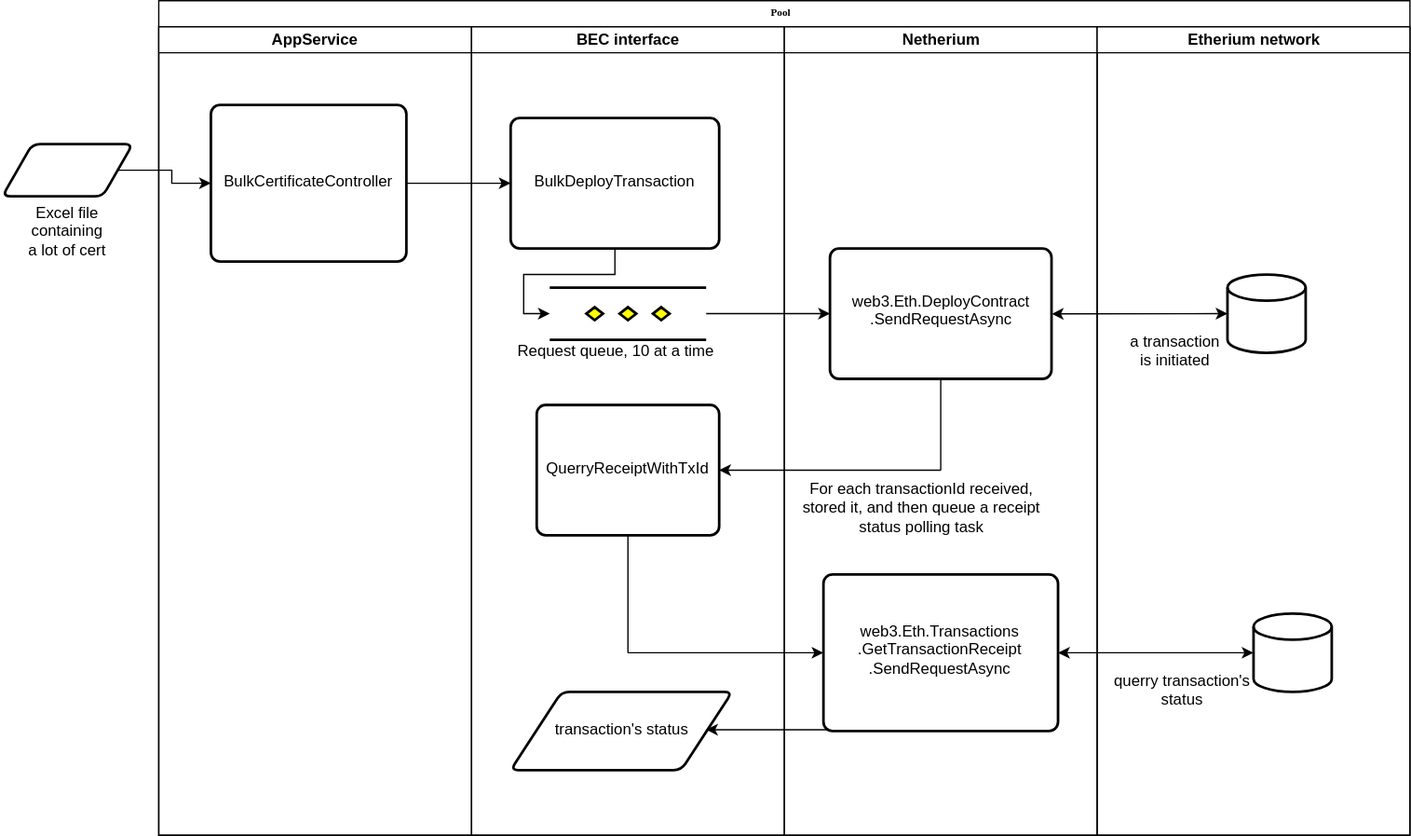
Earlier version of the draw.io export docs/flow.svg (Kahdeg-15520487/aspcore_async_deploy_smart_contract). Source tidied: cells renumbered, new cells last; positions are measured from the earlier drawing's top-left corner, leaving out a move shared by most shapes. Source of this version:
```xml
<mxGraphModel background="#ffffff">
  <root>
    <mxCell id="0" />
    <mxCell id="1" parent="0" />
    <mxCell id="2" value="Pool" style="swimlane;html=1;startSize=20;rounded=0;shadow=0;labelBackgroundColor=none;strokeColor=#000000;strokeWidth=1;fillColor=#ffffff;fontFamily=Verdana;fontSize=8;fontColor=#000000;align=center;" parent="1" vertex="1">
      <mxGeometry x="120" width="960" height="640" as="geometry" />
    </mxCell>
    <mxCell id="3" value="&lt;div&gt;AppService&lt;/div&gt;" style="swimlane;html=1;startSize=20;" parent="2" vertex="1">
      <mxGeometry y="20" width="240" height="620" as="geometry" />
    </mxCell>
    <mxCell id="4" value="BulkCertificateController" style="rounded=1;whiteSpace=wrap;html=1;absoluteArcSize=1;arcSize=14;strokeWidth=2;" parent="3" vertex="1">
      <mxGeometry x="40" y="60" width="150" height="120" as="geometry" />
    </mxCell>
    <mxCell id="5" value="BEC interface" style="swimlane;html=1;startSize=20;" parent="2" vertex="1">
      <mxGeometry x="240" y="20" width="240" height="620" as="geometry" />
    </mxCell>
    <mxCell id="6" style="verticalLabelPosition=bottom;verticalAlign=top;html=1;strokeWidth=2;shape=mxgraph.flowchart.parallel_mode;" parent="5" vertex="1">
      <mxGeometry x="60" y="200" width="120" height="40" as="geometry" />
    </mxCell>
    <mxCell id="7" style="edgeStyle=orthogonalEdgeStyle;rounded=0;html=1;entryX=0;entryY=0.5;entryPerimeter=0;jettySize=auto;" parent="5" edge="1" source="8" target="6">
      <mxGeometry relative="1" as="geometry" />
    </mxCell>
    <mxCell id="8" value="BulkDeployTransaction" style="rounded=1;whiteSpace=wrap;html=1;absoluteArcSize=1;arcSize=14;strokeWidth=2;" parent="5" vertex="1">
      <mxGeometry x="30" y="70" width="160" height="100" as="geometry" />
    </mxCell>
    <mxCell id="9" value="Request queue, 10 at a time" style="text;html=1;strokeColor=none;fillColor=none;align=center;verticalAlign=middle;whiteSpace=wrap;rounded=0;" parent="5" vertex="1">
      <mxGeometry x="30" y="240" width="160" height="20" as="geometry" />
    </mxCell>
    <mxCell id="10" value="QuerryReceiptWithTxId" style="rounded=1;whiteSpace=wrap;html=1;absoluteArcSize=1;arcSize=14;strokeWidth=2;" parent="5" vertex="1">
      <mxGeometry x="50" y="290" width="140" height="100" as="geometry" />
    </mxCell>
    <mxCell id="11" style="verticalLabelPosition=bottom;verticalAlign=top;html=1;strokeWidth=2;shape=parallelogram;perimeter=parallelogramPerimeter;whiteSpace=wrap;rounded=1;arcSize=12;size=0.23;" parent="5" vertex="1">
      <mxGeometry x="30" y="510" width="170" height="60" as="geometry" />
    </mxCell>
    <mxCell id="12" style="endArrow=classic;html=1;exitX=0.017;exitY=0.992;exitPerimeter=0;" parent="5" edge="1" source="18">
      <mxGeometry relative="1" as="geometry">
        <mxPoint x="180" y="539" as="targetPoint" />
      </mxGeometry>
    </mxCell>
    <mxCell id="13" value="transaction's status" style="text;html=1;strokeColor=none;fillColor=none;align=center;verticalAlign=middle;whiteSpace=wrap;rounded=0;" parent="5" vertex="1">
      <mxGeometry x="60" y="530" width="110" height="20" as="geometry" />
    </mxCell>
    <mxCell id="14" value="Netherium" style="swimlane;html=1;startSize=20;" parent="2" vertex="1">
      <mxGeometry x="480" y="20" width="240" height="620" as="geometry" />
    </mxCell>
    <mxCell id="15" value="&lt;div&gt;web3.Eth.DeployContract&lt;/div&gt;&lt;div&gt;.SendRequestAsync&lt;/div&gt;" style="rounded=1;whiteSpace=wrap;html=1;absoluteArcSize=1;arcSize=14;strokeWidth=2;" parent="14" vertex="1">
      <mxGeometry x="35" y="170" width="170" height="100" as="geometry" />
    </mxCell>
    <mxCell id="16" style="endArrow=none;html=1;entryX=0.5;entryY=1;" parent="14" edge="1" target="15">
      <mxGeometry relative="1" as="geometry">
        <mxPoint x="120" y="340" as="sourcePoint" />
      </mxGeometry>
    </mxCell>
    <mxCell id="17" value="&lt;div&gt;For each transactionId received,&lt;/div&gt;&lt;div&gt;stored it, and then queue a receipt&lt;/div&gt;&lt;div&gt;status polling task&lt;br&gt;&lt;/div&gt;" style="text;html=1;strokeColor=none;fillColor=none;align=center;verticalAlign=middle;whiteSpace=wrap;rounded=0;" parent="14" vertex="1">
      <mxGeometry x="10" y="350" width="190" height="40" as="geometry" />
    </mxCell>
    <mxCell id="18" value="&lt;div&gt;web3.Eth.Transactions&lt;/div&gt;&lt;div&gt;.GetTransactionReceipt .SendRequestAsync&lt;/div&gt;" style="rounded=1;whiteSpace=wrap;html=1;absoluteArcSize=1;arcSize=14;strokeWidth=2;" parent="14" vertex="1">
      <mxGeometry x="30" y="420" width="180" height="120" as="geometry" />
    </mxCell>
    <mxCell id="19" style="edgeStyle=orthogonalEdgeStyle;rounded=0;html=1;entryX=0;entryY=0.5;jettySize=auto;" parent="2" edge="1" source="4" target="8">
      <mxGeometry relative="1" as="geometry" />
    </mxCell>
    <mxCell id="20" style="edgeStyle=orthogonalEdgeStyle;rounded=0;html=1;entryX=0;entryY=0.5;jettySize=auto;" parent="2" edge="1" source="6" target="15">
      <mxGeometry relative="1" as="geometry" />
    </mxCell>
    <mxCell id="21" value="Etherium network" style="swimlane;html=1;startSize=20;" parent="2" vertex="1">
      <mxGeometry x="720" y="20" width="240" height="620" as="geometry" />
    </mxCell>
    <mxCell id="22" style="strokeWidth=2;html=1;shape=mxgraph.flowchart.database;whiteSpace=wrap;" parent="21" vertex="1">
      <mxGeometry x="100" y="190" width="60" height="60" as="geometry" />
    </mxCell>
    <mxCell id="23" style="strokeWidth=2;html=1;shape=mxgraph.flowchart.database;whiteSpace=wrap;" parent="21" vertex="1">
      <mxGeometry x="120" y="450" width="60" height="60" as="geometry" />
    </mxCell>
    <mxCell id="24" style="endArrow=classic;startArrow=classic;html=1;entryX=0;entryY=0.5;entryPerimeter=0;exitX=1;exitY=0.5;" parent="21" edge="1" target="22">
      <mxGeometry relative="1" as="geometry">
        <mxPoint x="-34.8" y="220.2" as="sourcePoint" />
      </mxGeometry>
    </mxCell>
    <mxCell id="25" style="endArrow=classic;startArrow=classic;html=1;entryX=0;entryY=0.5;entryPerimeter=0;exitX=1;exitY=0.5;" parent="2" edge="1" source="18" target="23">
      <mxGeometry relative="1" as="geometry" />
    </mxCell>
    <mxCell id="26" style="edgeStyle=orthogonalEdgeStyle;rounded=0;html=1;entryX=0;entryY=0.5;jettySize=auto;" parent="1" edge="1" source="27" target="4">
      <mxGeometry relative="1" as="geometry" />
    </mxCell>
    <mxCell id="27" value="&lt;div&gt;Excel file&lt;/div&gt;&lt;div&gt;containing &lt;br&gt;&lt;/div&gt;&lt;div&gt;a lot of cert&lt;br&gt;&lt;/div&gt;" style="verticalLabelPosition=bottom;verticalAlign=top;html=1;strokeWidth=2;shape=parallelogram;perimeter=parallelogramPerimeter;whiteSpace=wrap;rounded=1;arcSize=12;size=0.23;" parent="1" vertex="1">
      <mxGeometry y="110" width="100" height="40" as="geometry" />
    </mxCell>
    <mxCell id="28" style="endArrow=classic;html=1;entryX=1;entryY=0.5;" parent="1" edge="1" target="10">
      <mxGeometry relative="1" as="geometry">
        <mxPoint x="720" y="360" as="sourcePoint" />
      </mxGeometry>
    </mxCell>
    <mxCell id="29" style="endArrow=none;html=1;entryX=0.5;entryY=1;" parent="1" edge="1" target="10">
      <mxGeometry relative="1" as="geometry">
        <mxPoint x="480" y="500" as="sourcePoint" />
      </mxGeometry>
    </mxCell>
    <mxCell id="30" style="endArrow=classic;html=1;entryX=0;entryY=0.5;" parent="1" edge="1" target="18">
      <mxGeometry relative="1" as="geometry">
        <mxPoint x="480" y="500" as="sourcePoint" />
      </mxGeometry>
    </mxCell>
    <mxCell id="31" value="a transaction is initiated" style="text;html=1;strokeColor=none;fillColor=none;align=center;verticalAlign=middle;whiteSpace=wrap;rounded=0;" parent="1" vertex="1">
      <mxGeometry x="860" y="260" width="80" height="20" as="geometry" />
    </mxCell>
    <mxCell id="32" value="&lt;div&gt;querry transaction's&lt;/div&gt;&lt;div&gt;status&lt;br&gt;&lt;/div&gt;" style="text;html=1;strokeColor=none;fillColor=none;align=center;verticalAlign=middle;whiteSpace=wrap;rounded=0;" parent="1" vertex="1">
      <mxGeometry x="850" y="520" width="110" height="20" as="geometry" />
    </mxCell>
  </root>
</mxGraphModel>
```
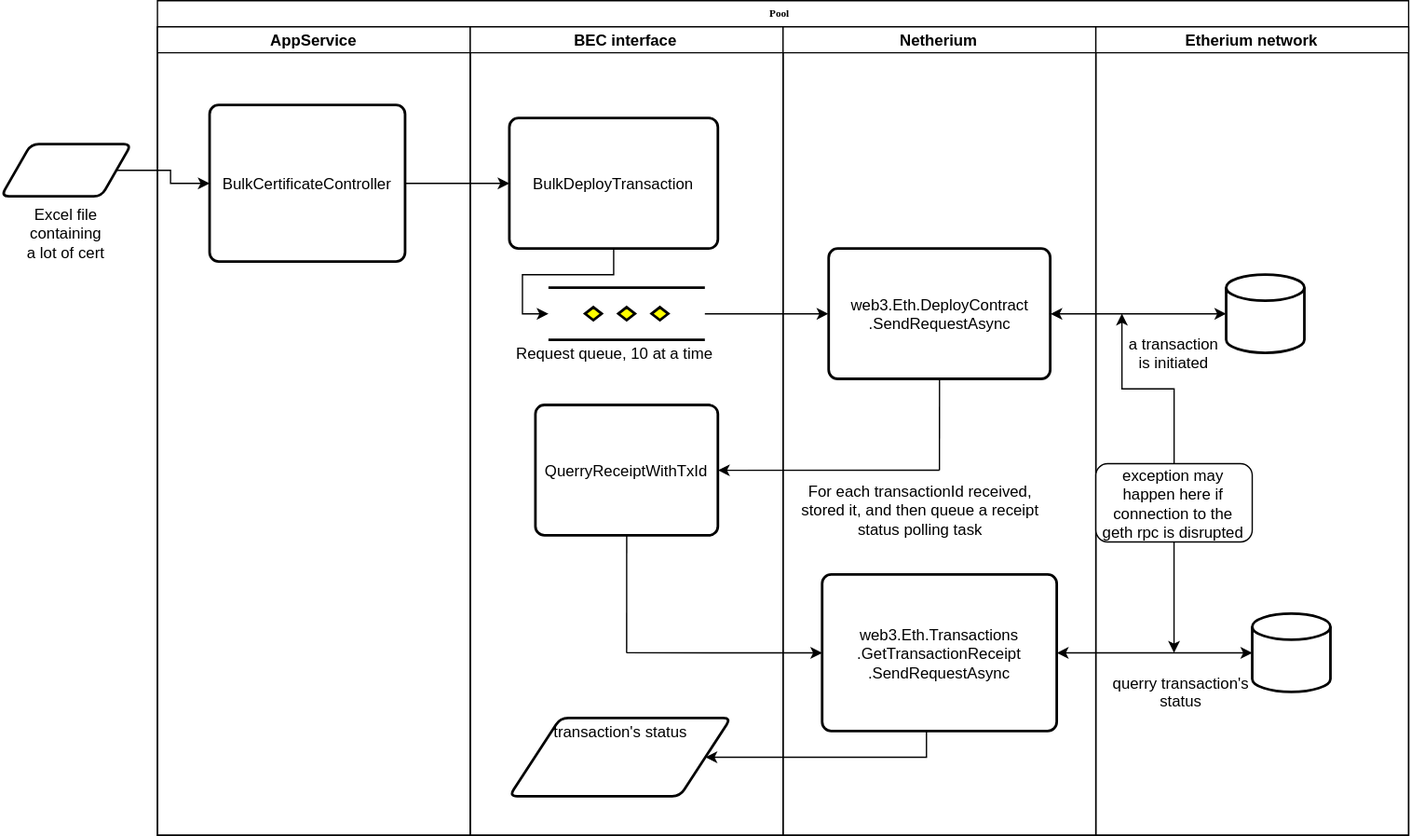
Later version of the same file.

The edit, as a diff of the source:
```diff
@@ -30,13 +30,8 @@
       <mxGeometry x="50" y="290" width="140" height="100" as="geometry" />
     </mxCell>
     <mxCell id="11" style="verticalLabelPosition=bottom;verticalAlign=top;html=1;strokeWidth=2;shape=parallelogram;perimeter=parallelogramPerimeter;whiteSpace=wrap;rounded=1;arcSize=12;size=0.23;" parent="5" vertex="1">
-      <mxGeometry x="30" y="510" width="170" height="60" as="geometry" />
+      <mxGeometry x="30" y="530" width="170" height="60" as="geometry" />
     </mxCell>
-    <mxCell id="12" style="endArrow=classic;html=1;exitX=0.017;exitY=0.992;exitPerimeter=0;" parent="5" edge="1" source="18">
-      <mxGeometry relative="1" as="geometry">
-        <mxPoint x="180" y="539" as="targetPoint" />
-      </mxGeometry>
-    </mxCell>
     <mxCell id="13" value="transaction's status" style="text;html=1;strokeColor=none;fillColor=none;align=center;verticalAlign=middle;whiteSpace=wrap;rounded=0;" parent="5" vertex="1">
       <mxGeometry x="60" y="530" width="110" height="20" as="geometry" />
     </mxCell>
@@ -77,9 +72,19 @@
         <mxPoint x="-34.8" y="220.2" as="sourcePoint" />
       </mxGeometry>
     </mxCell>
+    <mxCell id="33" value="exception may happen here if connection to the geth rpc is disrupted" style="rounded=1;whiteSpace=wrap;html=1;" parent="21" vertex="1">
+      <mxGeometry y="335" width="120" height="60" as="geometry" />
+    </mxCell>
     <mxCell id="25" style="endArrow=classic;startArrow=classic;html=1;entryX=0;entryY=0.5;entryPerimeter=0;exitX=1;exitY=0.5;" parent="2" edge="1" source="18" target="23">
       <mxGeometry relative="1" as="geometry" />
     </mxCell>
+    <mxCell id="34" style="edgeStyle=orthogonalEdgeStyle;rounded=0;html=1;entryX=1;entryY=0.5;jettySize=auto;" parent="2" edge="1" source="18" target="11">
+      <mxGeometry relative="1" as="geometry">
+        <Array as="points">
+          <mxPoint x="590" y="580" />
+        </Array>
+      </mxGeometry>
+    </mxCell>
     <mxCell id="26" style="edgeStyle=orthogonalEdgeStyle;rounded=0;html=1;entryX=0;entryY=0.5;jettySize=auto;" parent="1" edge="1" source="27" target="4">
       <mxGeometry relative="1" as="geometry" />
     </mxCell>
@@ -107,5 +112,15 @@
     <mxCell id="32" value="&lt;div&gt;querry transaction's&lt;/div&gt;&lt;div&gt;status&lt;br&gt;&lt;/div&gt;" style="text;html=1;strokeColor=none;fillColor=none;align=center;verticalAlign=middle;whiteSpace=wrap;rounded=0;" parent="1" vertex="1">
       <mxGeometry x="850" y="520" width="110" height="20" as="geometry" />
     </mxCell>
+    <mxCell id="35" style="edgeStyle=orthogonalEdgeStyle;rounded=0;html=1;jettySize=auto;" parent="1" edge="1" source="33">
+      <mxGeometry relative="1" as="geometry">
+        <mxPoint x="900" y="500" as="targetPoint" />
+      </mxGeometry>
+    </mxCell>
+    <mxCell id="36" style="edgeStyle=orthogonalEdgeStyle;rounded=0;html=1;jettySize=auto;" parent="1" edge="1" source="33">
+      <mxGeometry relative="1" as="geometry">
+        <mxPoint x="860" y="240" as="targetPoint" />
+      </mxGeometry>
+    </mxCell>
   </root>
 </mxGraphModel>
```
